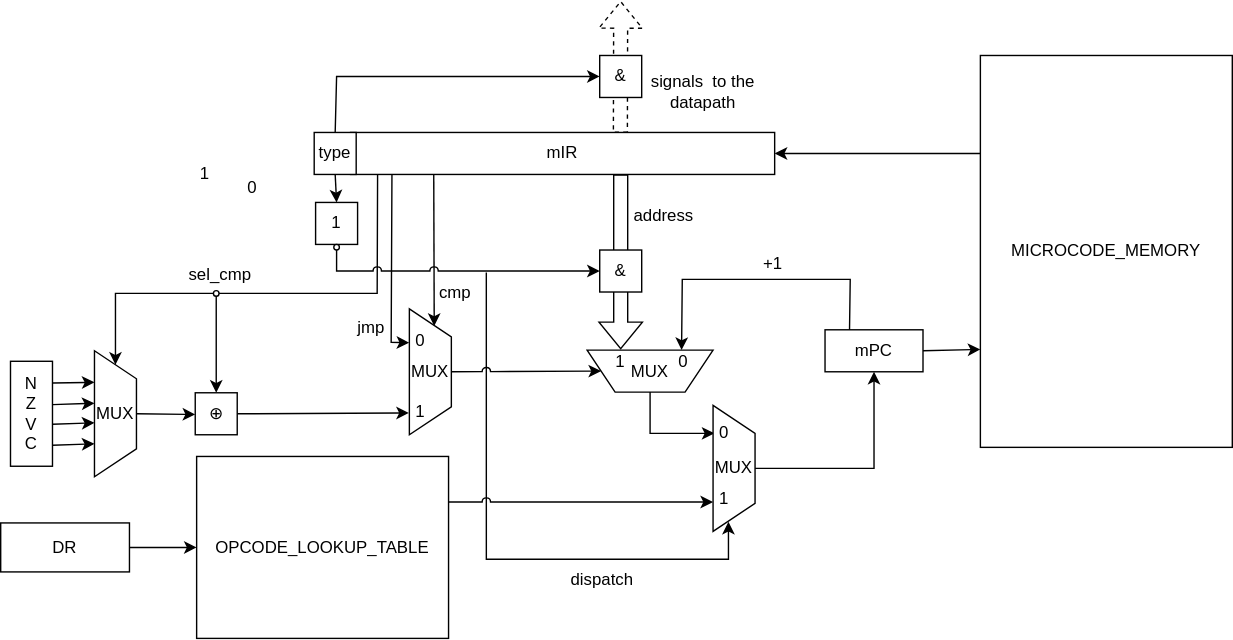
Above: assets/control_unit/scheme.svg in AstroSoup/computer-system-architecture-lab-4 (draw.io), before the change. Source tidied: cells renumbered, new cells last; positions are measured from the earlier drawing's top-left corner, leaving out a move shared by most shapes.
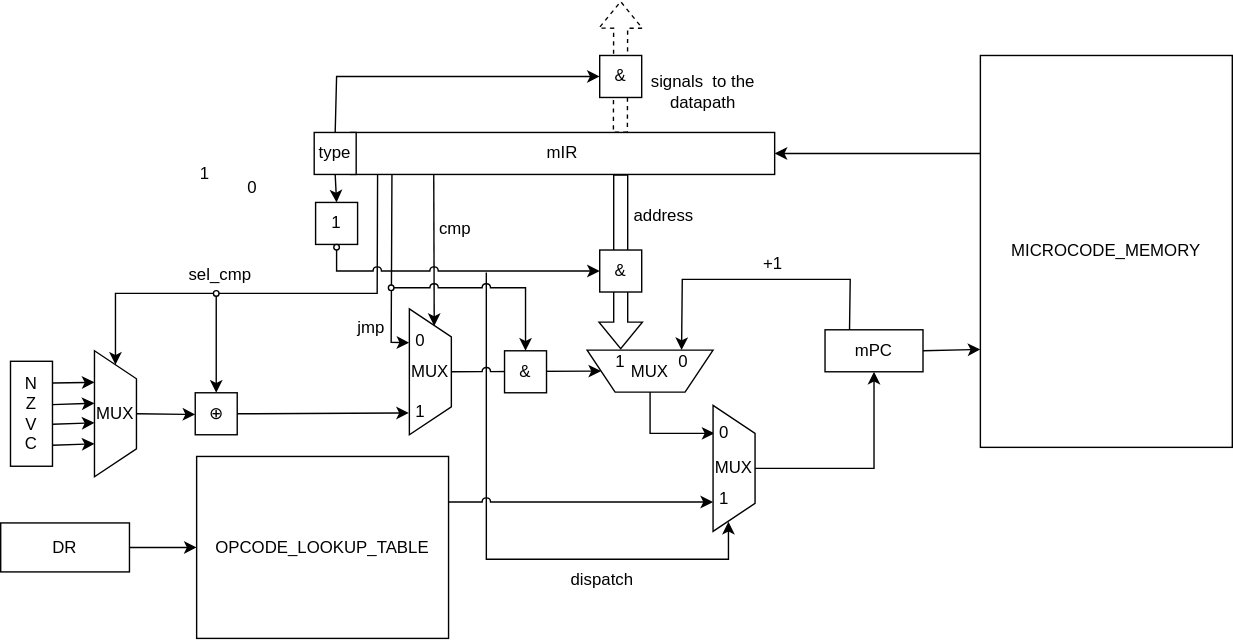
The same diagram one commit later.

Commit message:
once again the scheme has been modified.

What changed in the source:
```diff
@@ -212,7 +212,7 @@
       <mxGeometry x="290" y="279" width="20" height="30" as="geometry" />
     </mxCell>
     <mxCell id="51" value="cmp" style="text;html=1;whiteSpace=wrap;strokeColor=none;fillColor=none;align=center;verticalAlign=middle;rounded=0;" parent="1" vertex="1">
-      <mxGeometry x="295" y="194" width="60" height="30" as="geometry" />
+      <mxGeometry x="295" y="148" width="60" height="30" as="geometry" />
     </mxCell>
     <mxCell id="52" value="0" style="text;html=1;whiteSpace=wrap;strokeColor=none;fillColor=none;align=center;verticalAlign=middle;rounded=0;" parent="1" vertex="1">
       <mxGeometry x="170" y="119" width="20" height="30" as="geometry" />
@@ -238,5 +238,18 @@
     <mxCell id="59" value="⊕" style="whiteSpace=wrap;html=1;" parent="58" vertex="1">
       <mxGeometry width="30" height="30" as="geometry" />
     </mxCell>
+    <mxCell id="60" value="&amp;amp;" style="whiteSpace=wrap;html=1;" parent="1" vertex="1">
+      <mxGeometry x="360" y="250" width="30" height="30" as="geometry" />
+    </mxCell>
+    <mxCell id="61" style="ellipse;whiteSpace=wrap;html=1;fillColor=light-dark(#FFFFFF,#FFFFFF);" parent="1" vertex="1">
+      <mxGeometry x="277" y="203" width="4" height="4" as="geometry" />
+    </mxCell>
+    <mxCell id="62" style="endArrow=classic;html=1;rounded=0;exitX=1;exitY=0.5;exitDx=0;exitDy=0;entryX=0.5;entryY=0;entryDx=0;entryDy=0;jumpStyle=arc;" parent="1" edge="1" source="61" target="60">
+      <mxGeometry relative="1" as="geometry">
+        <Array as="points">
+          <mxPoint x="375" y="205" />
+        </Array>
+      </mxGeometry>
+    </mxCell>
   </root>
 </mxGraphModel>
```
